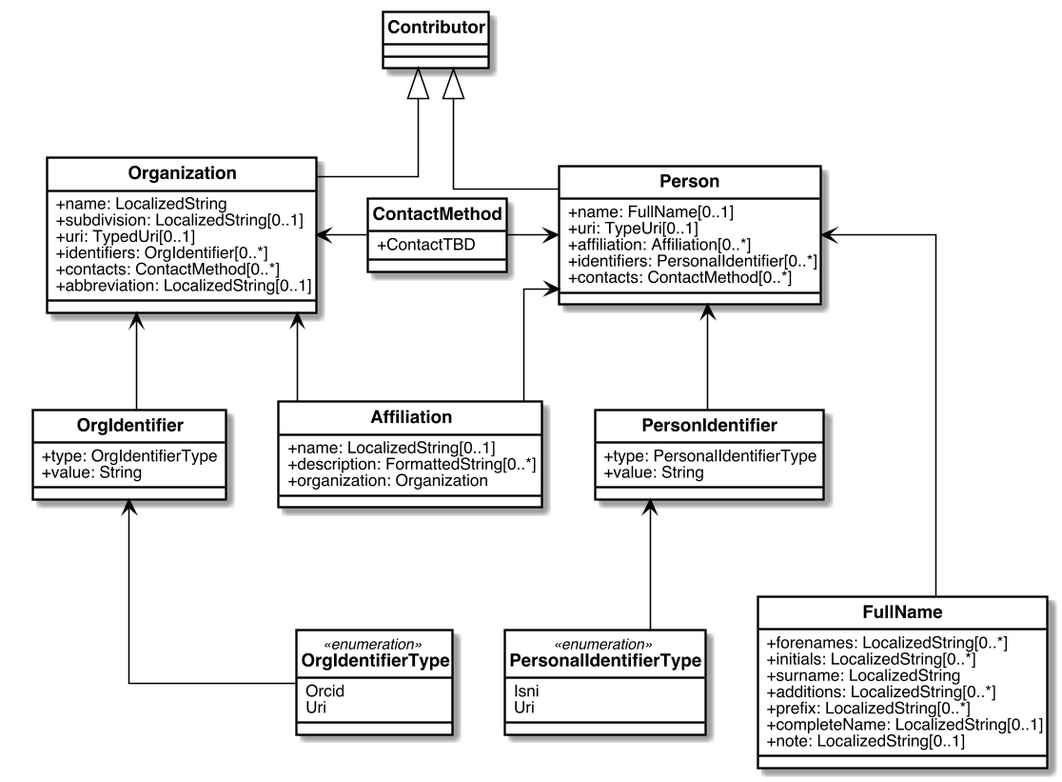
This is images/RelBib_Contributor.png from relaton/relaton-models, a PlantUML export, as it was before one commit.
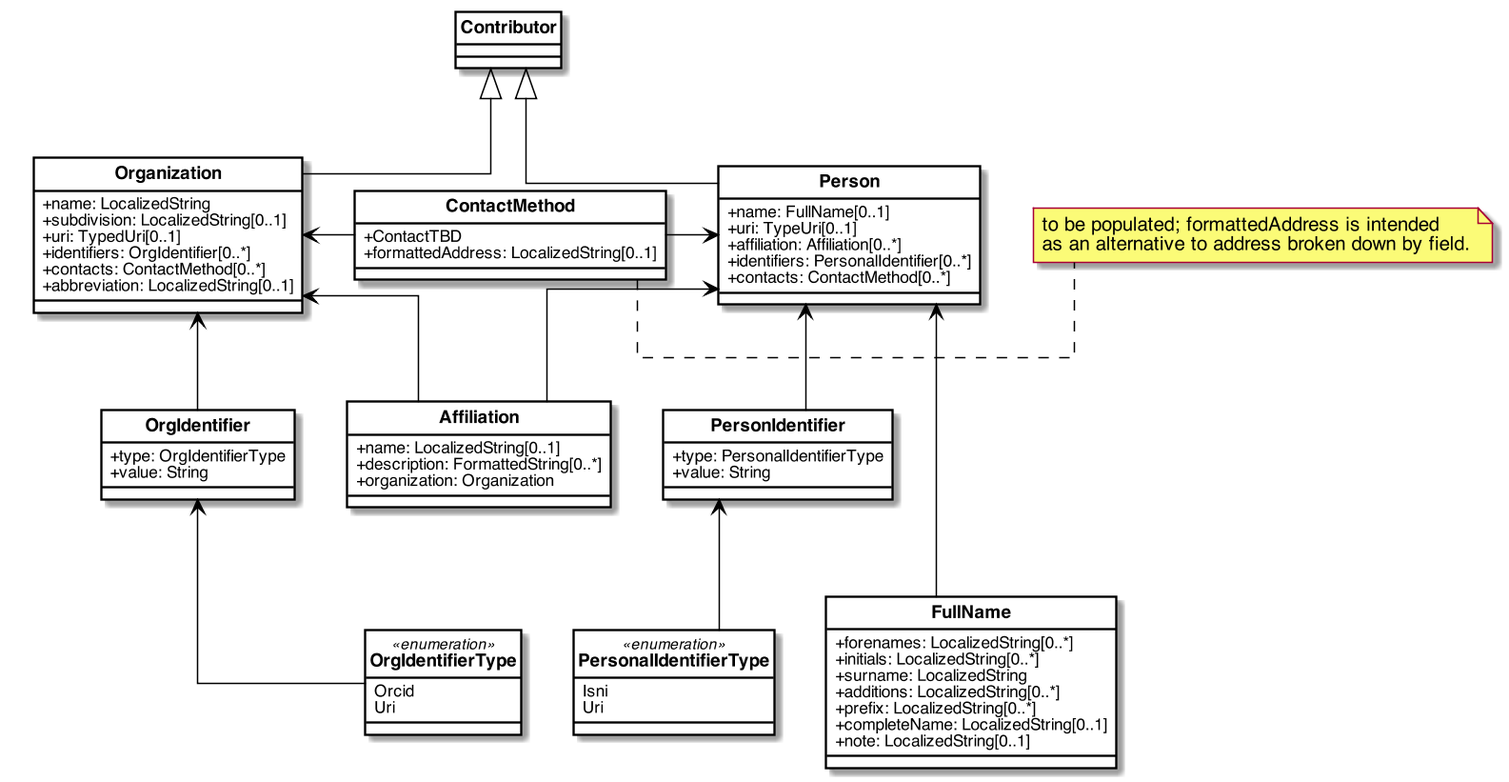
The same diagram one commit later.

The edit, as a diff of the source:
```diff
@@ -56,6 +56,7 @@
 
     class ContactMethod{
         +ContactTBD
+        +formattedAddress: LocalizedString[0..1]
     }
 
     class Organization{
@@ -111,6 +112,8 @@
 }
 
 
+note right of ContactMethod: to be populated; formattedAddress is intended\nas an alternative to address broken down by field.
+
 
 Contributor <|-- Person
 Contributor <|-- Organization
```
